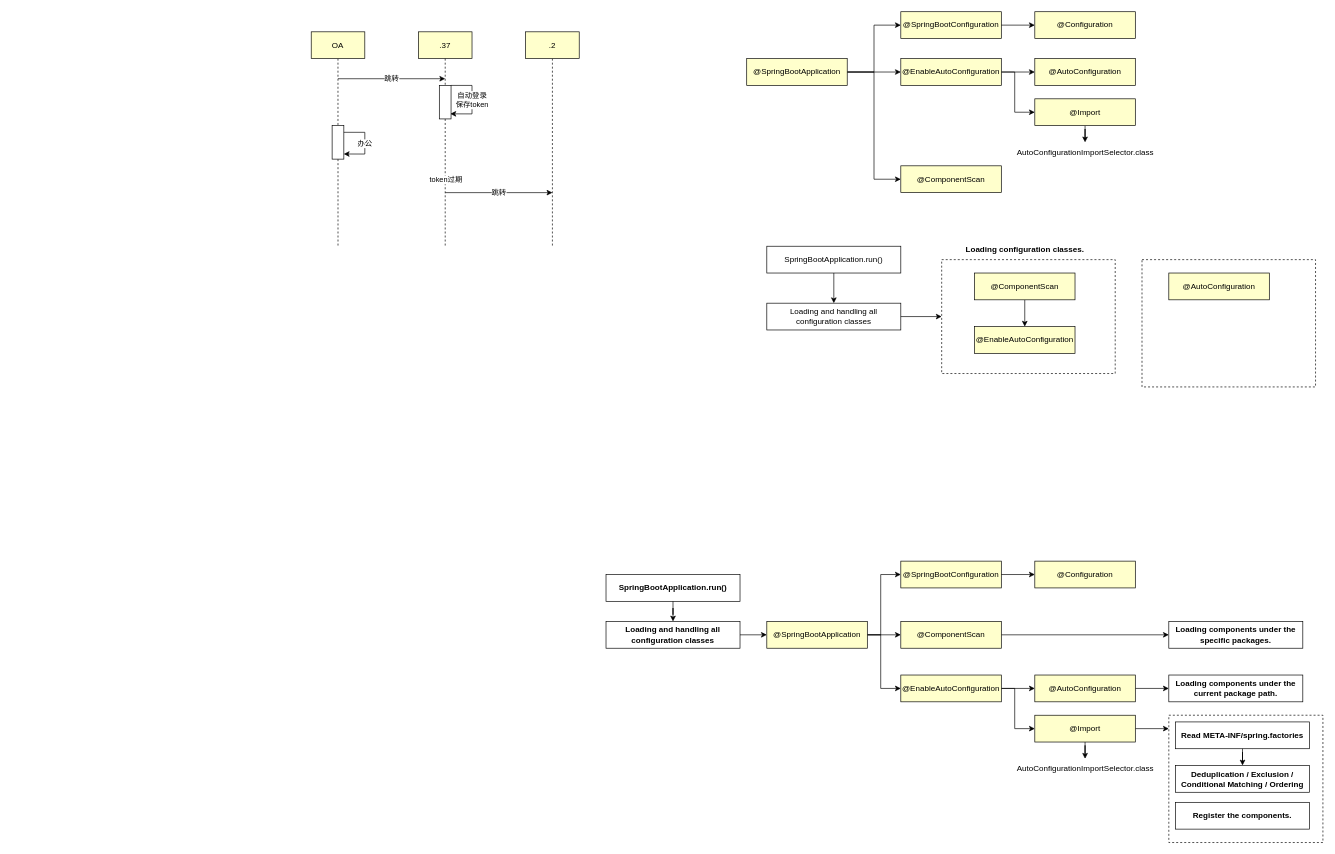
This is drawio/architecture.drawio from RainbowJier/GeneralLoginModule, a draw.io file, before an edit. Source tidied: cells renumbered, new cells numbered last; positions are measured from the earlier drawing's top-left corner, leaving out a move shared by most shapes. Both pictures are drawn from the tidied source at 67%, with x=0, y=0 at pixel (311, 11).
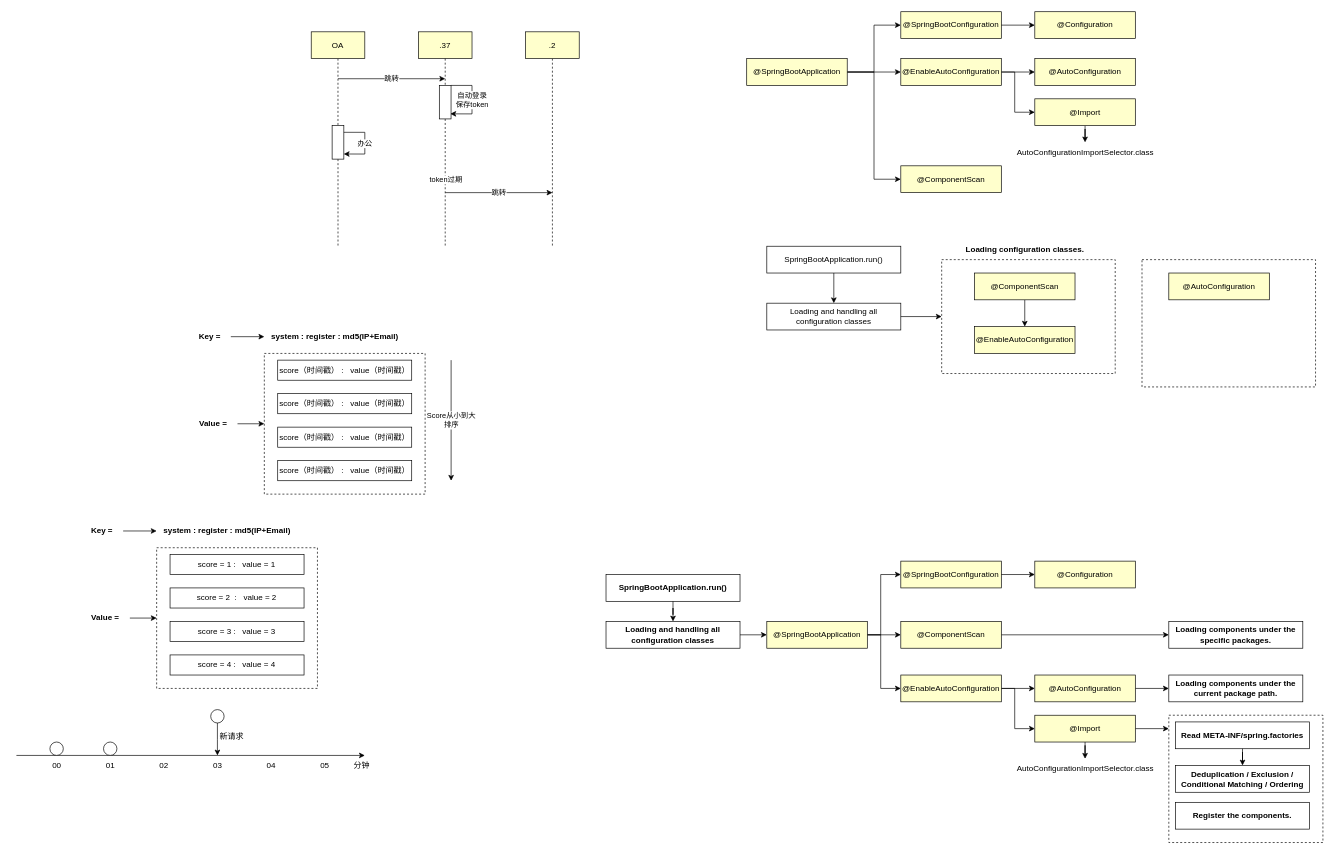
The same diagram, later.

What changed in the source:
```diff
@@
+    <mxCell id="72" style="rounded=0;whiteSpace=wrap;html=1;fillColor=none;dashed=1;" parent="1" vertex="1">
+      <mxGeometry x="-70" y="510" width="240" height="210" as="geometry" />
+    </mxCell>
+    <mxCell id="73" style="edgeStyle=orthogonalEdgeStyle;rounded=0;jettySize=auto;html=1;" parent="1" edge="1" source="74" target="82">
+      <mxGeometry relative="1" as="geometry" />
+    </mxCell>
+    <mxCell id="74" value="&lt;b&gt;Key =&amp;nbsp;&lt;/b&gt;" style="text;html=1;align=center;verticalAlign=middle;points=[];strokeColor=none;fillColor=none;" parent="1" vertex="1">
+      <mxGeometry x="-180" y="470" width="60" height="30" as="geometry" />
+    </mxCell>
+    <mxCell id="75" value="score（时间戳） :&amp;nbsp; &amp;nbsp;value（时间戳）" style="rounded=0;whiteSpace=wrap;html=1;" parent="1" vertex="1">
+      <mxGeometry x="-50" y="520" width="200" height="30" as="geometry" />
+    </mxCell>
+    <mxCell id="76" value="Score从小到大&lt;br&gt;排序" style="endArrow=classic;html=1;rounded=0;" parent="1" edge="1">
+      <mxGeometry relative="1" as="geometry">
+        <mxPoint x="208.8" y="520" as="sourcePoint" />
+        <mxPoint x="208.8" y="700" as="targetPoint" />
+      </mxGeometry>
+    </mxCell>
+    <mxCell id="77" value="score（时间戳） :&amp;nbsp; &amp;nbsp;value（时间戳）" style="rounded=0;whiteSpace=wrap;html=1;" parent="1" vertex="1">
+      <mxGeometry x="-50" y="570" width="200" height="30" as="geometry" />
+    </mxCell>
+    <mxCell id="78" value="score（时间戳） :&amp;nbsp; &amp;nbsp;value（时间戳）" style="rounded=0;whiteSpace=wrap;html=1;" parent="1" vertex="1">
+      <mxGeometry x="-50" y="620" width="200" height="30" as="geometry" />
+    </mxCell>
+    <mxCell id="79" value="score（时间戳） :&amp;nbsp; &amp;nbsp;value（时间戳）" style="rounded=0;whiteSpace=wrap;html=1;" parent="1" vertex="1">
+      <mxGeometry x="-50" y="670" width="200" height="30" as="geometry" />
+    </mxCell>
+    <mxCell id="80" style="edgeStyle=orthogonalEdgeStyle;rounded=0;jettySize=auto;html=1;" parent="1" edge="1" source="81" target="72">
+      <mxGeometry relative="1" as="geometry" />
+    </mxCell>
+    <mxCell id="81" value="Value =&amp;nbsp;" style="text;html=1;align=center;verticalAlign=middle;points=[];strokeColor=none;fillColor=none;fontStyle=1;" parent="1" vertex="1">
+      <mxGeometry x="-180" y="600" width="70" height="30" as="geometry" />
+    </mxCell>
+    <mxCell id="82" value="&lt;b&gt;system : register : md5(IP+Email)&lt;/b&gt;" style="text;html=1;align=center;verticalAlign=middle;points=[];strokeColor=none;fillColor=none;" parent="1" vertex="1">
+      <mxGeometry x="-70" y="470" width="210" height="30" as="geometry" />
+    </mxCell>
+    <mxCell id="83" style="rounded=0;whiteSpace=wrap;html=1;fillColor=none;dashed=1;" parent="1" vertex="1">
+      <mxGeometry x="-230.7" y="800" width="240" height="210" as="geometry" />
+    </mxCell>
+    <mxCell id="84" style="edgeStyle=orthogonalEdgeStyle;rounded=0;jettySize=auto;html=1;" parent="1" edge="1" source="85" target="92">
+      <mxGeometry relative="1" as="geometry" />
+    </mxCell>
+    <mxCell id="85" value="&lt;b&gt;Key =&amp;nbsp;&lt;/b&gt;" style="text;html=1;align=center;verticalAlign=middle;points=[];strokeColor=none;fillColor=none;" parent="1" vertex="1">
+      <mxGeometry x="-340.7" y="760" width="60" height="30" as="geometry" />
+    </mxCell>
+    <mxCell id="86" value="score = 1 :&amp;nbsp; &amp;nbsp;value = 1" style="rounded=0;whiteSpace=wrap;html=1;" parent="1" vertex="1">
+      <mxGeometry x="-210.7" y="810" width="200" height="30" as="geometry" />
+    </mxCell>
+    <mxCell id="87" value="score = 2&amp;nbsp; :&amp;nbsp; &amp;nbsp;value = 2" style="rounded=0;whiteSpace=wrap;html=1;" parent="1" vertex="1">
+      <mxGeometry x="-210.7" y="860" width="200" height="30" as="geometry" />
+    </mxCell>
+    <mxCell id="88" value="score = 3 :&amp;nbsp; &amp;nbsp;value = 3" style="rounded=0;whiteSpace=wrap;html=1;" parent="1" vertex="1">
+      <mxGeometry x="-210.7" y="910" width="200" height="30" as="geometry" />
+    </mxCell>
+    <mxCell id="89" value="score = 4 :&amp;nbsp; &amp;nbsp;value = 4" style="rounded=0;whiteSpace=wrap;html=1;" parent="1" vertex="1">
+      <mxGeometry x="-210.7" y="960" width="200" height="30" as="geometry" />
+    </mxCell>
+    <mxCell id="90" style="edgeStyle=orthogonalEdgeStyle;rounded=0;jettySize=auto;html=1;" parent="1" edge="1" source="91" target="83">
+      <mxGeometry relative="1" as="geometry" />
+    </mxCell>
+    <mxCell id="91" value="Value =&amp;nbsp;" style="text;html=1;align=center;verticalAlign=middle;points=[];strokeColor=none;fillColor=none;fontStyle=1;" parent="1" vertex="1">
+      <mxGeometry x="-340.7" y="890" width="70" height="30" as="geometry" />
+    </mxCell>
+    <mxCell id="92" value="&lt;b&gt;system : register : md5(IP+Email)&lt;/b&gt;" style="text;html=1;align=center;verticalAlign=middle;points=[];strokeColor=none;fillColor=none;" parent="1" vertex="1">
+      <mxGeometry x="-230.7" y="760" width="210" height="30" as="geometry" />
+    </mxCell>
+    <mxCell id="93" style="endArrow=classic;html=1;rounded=0;" parent="1" edge="1">
+      <mxGeometry relative="1" as="geometry">
+        <mxPoint x="-440" y="1110" as="sourcePoint" />
+        <mxPoint x="80" y="1110" as="targetPoint" />
+      </mxGeometry>
+    </mxCell>
+    <mxCell id="94" value="00" style="text;html=1;align=center;verticalAlign=middle;strokeColor=none;fillColor=none;" parent="1" vertex="1">
+      <mxGeometry x="-400" y="1110" width="40" height="30" as="geometry" />
+    </mxCell>
+    <mxCell id="95" style="ellipse;whiteSpace=wrap;html=1;" parent="1" vertex="1">
+      <mxGeometry x="-390" y="1090" width="20" height="20" as="geometry" />
+    </mxCell>
+    <mxCell id="96" value="01" style="text;html=1;align=center;verticalAlign=middle;strokeColor=none;fillColor=none;" parent="1" vertex="1">
+      <mxGeometry x="-320" y="1110" width="40" height="30" as="geometry" />
+    </mxCell>
+    <mxCell id="97" value="02" style="text;html=1;align=center;verticalAlign=middle;strokeColor=none;fillColor=none;" parent="1" vertex="1">
+      <mxGeometry x="-240" y="1110" width="40" height="30" as="geometry" />
+    </mxCell>
+    <mxCell id="98" style="ellipse;whiteSpace=wrap;html=1;" parent="1" vertex="1">
+      <mxGeometry x="-310" y="1090" width="20" height="20" as="geometry" />
+    </mxCell>
+    <mxCell id="99" value="03" style="text;html=1;align=center;verticalAlign=middle;strokeColor=none;fillColor=none;" parent="1" vertex="1">
+      <mxGeometry x="-160" y="1110" width="40" height="30" as="geometry" />
+    </mxCell>
+    <mxCell id="100" value="04" style="text;html=1;align=center;verticalAlign=middle;strokeColor=none;fillColor=none;" parent="1" vertex="1">
+      <mxGeometry x="-80" y="1110" width="40" height="30" as="geometry" />
+    </mxCell>
+    <mxCell id="101" value="05" style="text;html=1;align=center;verticalAlign=middle;strokeColor=none;fillColor=none;" parent="1" vertex="1">
+      <mxGeometry y="1110" width="40" height="30" as="geometry" />
+    </mxCell>
+    <mxCell id="102" style="ellipse;whiteSpace=wrap;html=1;" parent="1" vertex="1">
+      <mxGeometry x="-150" y="1041.6" width="20" height="20" as="geometry" />
+    </mxCell>
+    <mxCell id="103" style="edgeStyle=orthogonalEdgeStyle;rounded=0;jettySize=auto;html=1;entryX=0.482;entryY=-0.052;entryDx=0;entryDy=0;entryPerimeter=0;" parent="1" edge="1" source="102">
+      <mxGeometry relative="1" as="geometry">
+        <mxPoint x="-140" y="1110" as="targetPoint" />
+      </mxGeometry>
+    </mxCell>
+    <mxCell id="104" value="新请求" style="text;html=1;align=center;verticalAlign=middle;strokeColor=none;fillColor=none;" parent="1" vertex="1">
+      <mxGeometry x="-149.3" y="1066.6" width="60" height="30" as="geometry" />
+    </mxCell>
+    <mxCell id="105" value="分钟" style="text;html=1;align=center;verticalAlign=middle;strokeColor=none;fillColor=none;" parent="1" vertex="1">
+      <mxGeometry x="50" y="1110" width="50" height="30" as="geometry" />
+    </mxCell>
```
